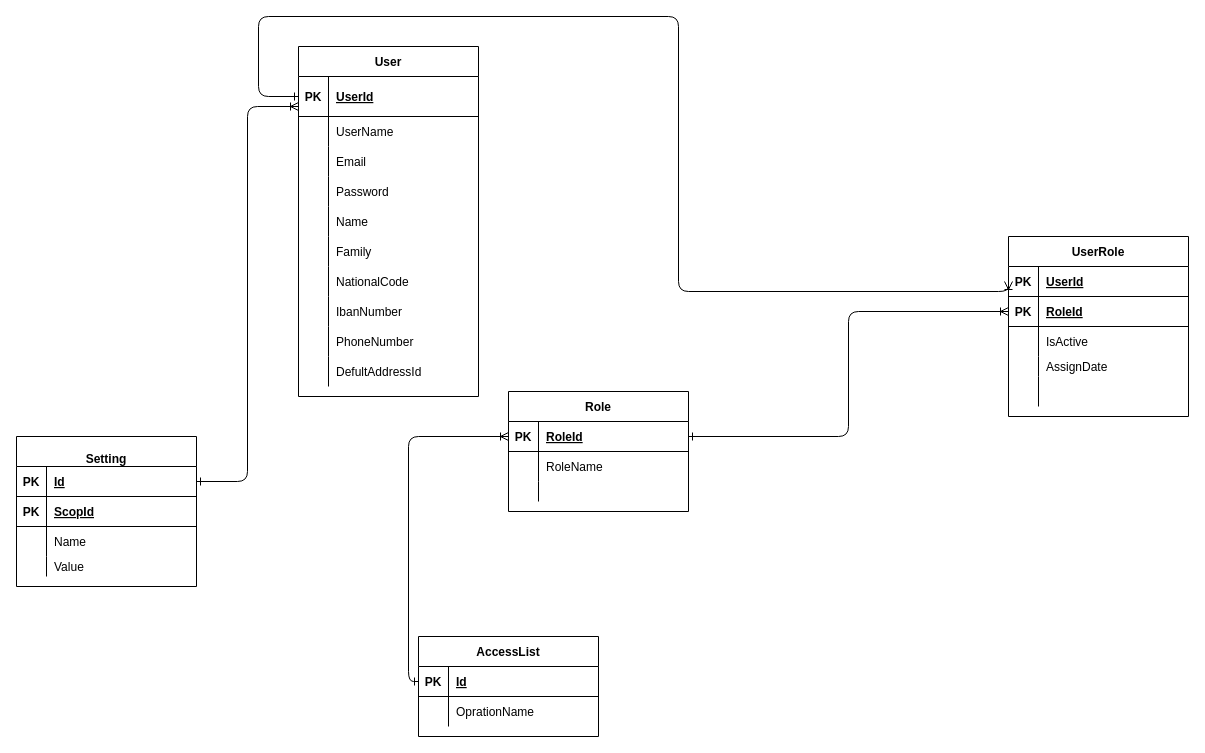
Before: 2-Authentication-and-Roles/Authentication.drawio in behrangaghili/Postex-Documents_Diagrams, a draw.io diagram. Source tidied: cells renumbered, new cells numbered last; positions are measured from the earlier drawing's top-left corner, leaving out a move shared by most shapes. Both pictures are drawn from the tidied source at 100%, with x=0, y=0 at pixel (16, 16).
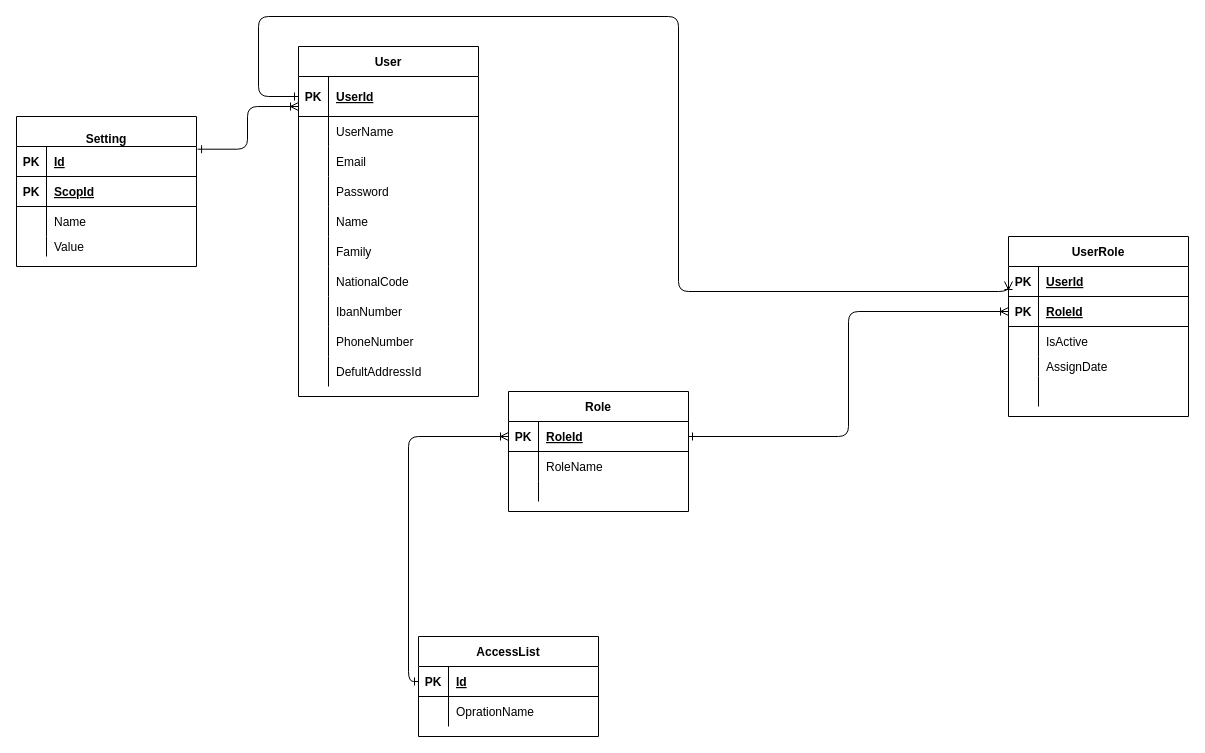
Above is the later version.

The change refers to these unchanged cells:
```xml
<mxCell id="3" style="shape=partialRectangle;fillColor=none;top=0;left=0;bottom=1;right=0;points=[[0,0.5],[1,0.5]];portConstraint=eastwest;" parent="2" vertex="1">
  <mxGeometry y="30" width="180" height="40" as="geometry" />
</mxCell>
<mxCell id="61" style="shape=partialRectangle;fillColor=none;top=0;left=0;bottom=1;right=0;points=[[0,0.5],[1,0.5]];portConstraint=eastwest;" parent="60" vertex="1">
  <mxGeometry y="30" width="180" height="30" as="geometry" />
</mxCell>
```

Diff of the diagram source:
```diff
@@
     <mxCell id="60" value="&#10;  Setting" style="shape=table;startSize=30;childLayout=tableLayout;rowLines=0;fontStyle=1;align=center;" parent="1" vertex="1">
-      <mxGeometry y="420" width="180" height="150" as="geometry" />
+      <mxGeometry y="100" width="180" height="150" as="geometry" />
     </mxCell>
@@
-    <mxCell id="82" style="edgeStyle=orthogonalEdgeStyle;html=1;startArrow=ERone;startFill=0;endArrow=ERoneToMany;endFill=0;" parent="1" edge="1" source="61" target="3">
+    <mxCell id="82" style="edgeStyle=orthogonalEdgeStyle;html=1;startArrow=ERone;startFill=0;endArrow=ERoneToMany;endFill=0;exitX=1.006;exitY=0.09;exitDx=0;exitDy=0;exitPerimeter=0;" parent="1" edge="1" source="61" target="3">
       <mxGeometry relative="1" as="geometry">
         <Array as="points">
-          <mxPoint x="231" y="465" />
+          <mxPoint x="231" y="133" />
           <mxPoint x="231" y="90" />
         </Array>
       </mxGeometry>
     </mxCell>
```
